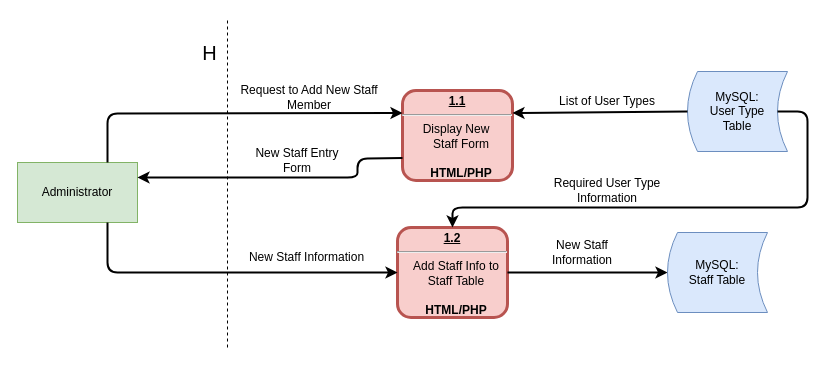
Earlier version of the draw.io diagram page "1: Create Staff" (2 of 20) of Diagrams/DFD/Level 1 DFDs.drawio (Harlento/SchedulingSystem). Source tidied: cells renumbered, new cells numbered last; positions are measured from the earlier drawing's top-left corner, leaving out a move shared by most shapes. Both pictures are drawn from the tidied source at 100%, with x=0, y=0 at pixel (17, 17).
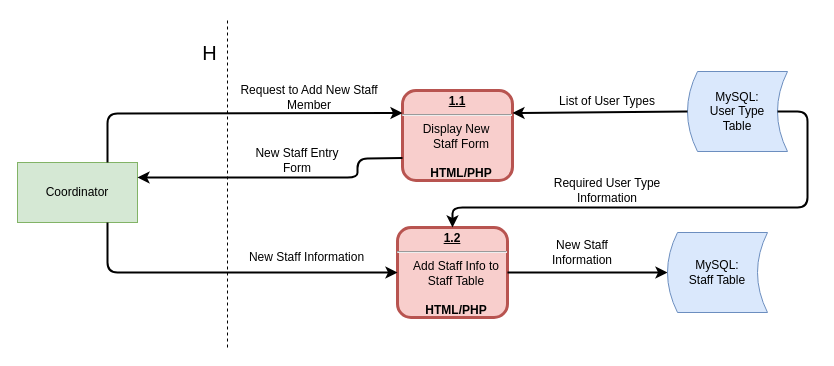
Above is the later version.

The edit, as a diff of the source:
```diff
@@
-    <mxCell id="3" value="Administrator" style="rounded=0;whiteSpace=wrap;html=1;fillColor=#d5e8d4;strokeColor=#82b366;" parent="1" vertex="1">
+    <mxCell id="3" value="Coordinator" style="rounded=0;whiteSpace=wrap;html=1;fillColor=#d5e8d4;strokeColor=#82b366;" parent="1" vertex="1">
       <mxGeometry y="145" width="120" height="60" as="geometry" />
     </mxCell>
```
